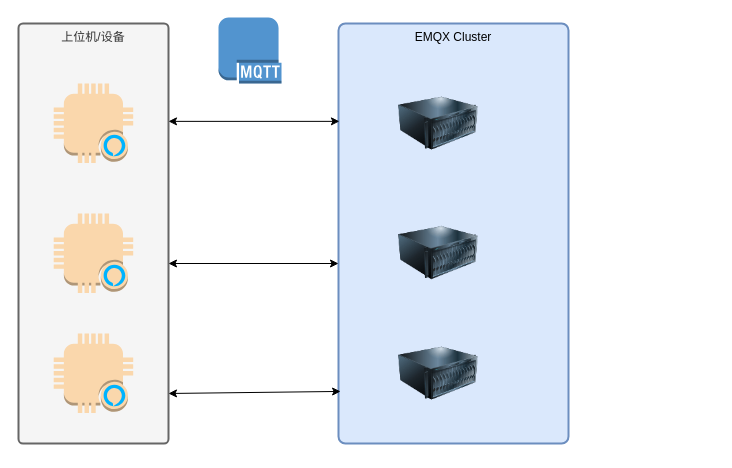
Above: 热工系统架构图.drawio in wandun/drawIo (draw.io), before the change. Source tidied: cells renumbered, new cells numbered last; positions are measured from the earlier drawing's top-left corner, leaving out a move shared by most shapes. Both pictures are drawn from the tidied source at 100%, with x=0, y=0 at pixel (18, 17). Pictures stored in the file or linked from it are replaced by grey dashed boxes.
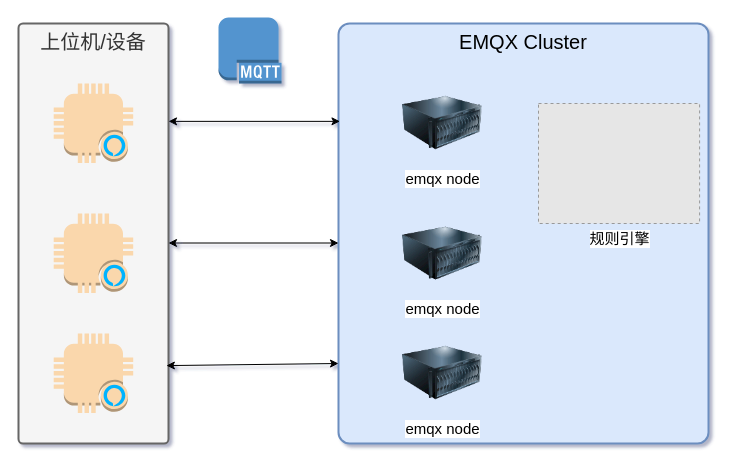
Above is the later version.

Commit message (it also covers changes not shown here):
更新热工系统架构图.drawio

The edit, as a diff of the source:
```diff
@@
-<mxGraphModel>
+<mxGraphModel shadow="1">
   <root>
     <mxCell id="0" />
     <mxCell id="1" parent="0" />
-    <mxCell id="2" value="上位机/设备" style="rounded=1;whiteSpace=wrap;html=1;shadow=0;strokeWidth=2;fontSize=12;align=center;arcSize=3;verticalAlign=top;fillColor=#f5f5f5;fontColor=#333333;strokeColor=#666666;" parent="1" vertex="1">
+    <mxCell id="2" value="&lt;font style=&quot;font-size: 20px;&quot;&gt;上位机/设备&lt;/font&gt;" style="rounded=1;whiteSpace=wrap;html=1;shadow=0;strokeWidth=2;fontSize=12;align=center;arcSize=3;verticalAlign=top;fillColor=#f5f5f5;fontColor=#333333;strokeColor=#666666;" parent="1" vertex="1">
       <mxGeometry y="6" width="150" height="420" as="geometry" />
     </mxCell>
     <mxCell id="3" style="dashed=0;verticalLabelPosition=bottom;verticalAlign=top;align=center;html=1;shape=mxgraph.aws3.alexa_enabled_device;fillColor=#fad7ac;strokeColor=#b46504;" parent="1" vertex="1">
       <mxGeometry x="35.2" y="66" width="79.5" height="79.5" as="geometry" />
     </mxCell>
     <mxCell id="4" style="dashed=0;verticalLabelPosition=bottom;verticalAlign=top;align=center;html=1;shape=mxgraph.aws3.alexa_enabled_device;fillColor=#fad7ac;strokeColor=#b46504;" parent="1" vertex="1">
       <mxGeometry x="35.2" y="196" width="79.5" height="79.5" as="geometry" />
     </mxCell>
     <mxCell id="5" style="dashed=0;verticalLabelPosition=bottom;verticalAlign=top;align=center;html=1;shape=mxgraph.aws3.alexa_enabled_device;fillColor=#fad7ac;strokeColor=#b46504;" parent="1" vertex="1">
       <mxGeometry x="35.2" y="316" width="79.5" height="79.5" as="geometry" />
     </mxCell>
-    <mxCell id="6" value="EMQX Cluster" style="rounded=1;whiteSpace=wrap;html=1;shadow=0;strokeWidth=2;fontSize=12;align=center;arcSize=3;verticalAlign=top;fillColor=#dae8fc;strokeColor=#6c8ebf;" parent="1" vertex="1">
-      <mxGeometry x="320" y="6" width="230" height="420" as="geometry" />
+    <mxCell id="6" value="&lt;font style=&quot;font-size: 20px;&quot;&gt;EMQX Cluster&lt;/font&gt;" style="rounded=1;whiteSpace=wrap;html=1;shadow=0;strokeWidth=2;fontSize=12;align=center;arcSize=3;verticalAlign=top;fillColor=#dae8fc;strokeColor=#6c8ebf;" parent="1" vertex="1">
+      <mxGeometry x="320" y="6" width="370" height="420" as="geometry" />
     </mxCell>
     <mxCell id="7" style="dashed=0;verticalLabelPosition=bottom;verticalAlign=top;align=center;html=1;shape=mxgraph.aws3.mqtt_protocol;fillColor=#5294CF;gradientColor=none;" parent="1" vertex="1">
       <mxGeometry x="200" width="63" height="66" as="geometry" />
     </mxCell>
     <mxCell id="8" style="endArrow=classic;startArrow=classic;html=1;rounded=0;entryX=0.004;entryY=0.233;entryDx=0;entryDy=0;entryPerimeter=0;exitX=1;exitY=0.233;exitDx=0;exitDy=0;exitPerimeter=0;" parent="1" edge="1" source="2" target="6">
       <mxGeometry relative="1" as="geometry" />
     </mxCell>
     <mxCell id="9" style="endArrow=classic;startArrow=classic;html=1;rounded=0;exitX=1;exitY=0.233;exitDx=0;exitDy=0;exitPerimeter=0;" parent="1" edge="1">
       <mxGeometry relative="1" as="geometry">
-        <mxPoint x="150" y="246" as="sourcePoint" />
-        <mxPoint x="320" y="246" as="targetPoint" />
+        <mxPoint x="150" y="225.5" as="sourcePoint" />
+        <mxPoint x="320" y="225.5" as="targetPoint" />
       </mxGeometry>
     </mxCell>
-    <mxCell id="10" style="endArrow=classic;startArrow=classic;html=1;rounded=0;exitX=1;exitY=0.233;exitDx=0;exitDy=0;exitPerimeter=0;entryX=0.009;entryY=0.876;entryDx=0;entryDy=0;entryPerimeter=0;" parent="1" edge="1" target="6">
+    <mxCell id="10" style="endArrow=classic;startArrow=classic;html=1;rounded=0;exitX=1;exitY=0.233;exitDx=0;exitDy=0;exitPerimeter=0;entryX=0.009;entryY=0.876;entryDx=0;entryDy=0;entryPerimeter=0;" parent="1" edge="1">
       <mxGeometry relative="1" as="geometry">
-        <mxPoint x="150" y="376" as="sourcePoint" />
+        <mxPoint x="147.9" y="348.1" as="sourcePoint" />
+        <mxPoint x="320" y="346" as="targetPoint" />
       </mxGeometry>
     </mxCell>
-    <mxCell id="11" style="image;html=1;image=img/lib/clip_art/computers/Server_128x128.png;" parent="1" vertex="1">
-      <mxGeometry x="380" y="66" width="80" height="80" as="geometry" />
-    </mxCell>
-    <mxCell id="12" style="image;html=1;image=img/lib/clip_art/computers/Server_128x128.png;" parent="1" vertex="1">
-      <mxGeometry x="380" y="316" width="80" height="80" as="geometry" />
-    </mxCell>
-    <mxCell id="13" style="image;html=1;image=img/lib/clip_art/computers/Server_128x128.png;" parent="1" vertex="1">
-      <mxGeometry x="380" y="195.5" width="80" height="80" as="geometry" />
-    </mxCell>
+    <mxCell id="14" value="&lt;font color=&quot;#000000&quot; style=&quot;font-size: 15px;&quot;&gt;emqx node&lt;/font&gt;" style="image;html=1;image=img/lib/clip_art/computers/Server_128x128.png;labelBackgroundColor=default;strokeColor=default;align=center;verticalAlign=top;fontFamily=Helvetica;fontSize=12;fontColor=#75FF30;fillColor=default;" parent="1" vertex="1">
+      <mxGeometry x="384" y="65.5" width="80" height="80" as="geometry" />
+    </mxCell>
+    <mxCell id="15" value="&lt;font color=&quot;#000000&quot; style=&quot;font-size: 15px;&quot;&gt;emqx node&lt;/font&gt;" style="image;html=1;image=img/lib/clip_art/computers/Server_128x128.png;labelBackgroundColor=default;strokeColor=default;align=center;verticalAlign=top;fontFamily=Helvetica;fontSize=12;fontColor=#75FF30;fillColor=default;" parent="1" vertex="1">
+      <mxGeometry x="384" y="196" width="80" height="80" as="geometry" />
+    </mxCell>
+    <mxCell id="16" value="&lt;font color=&quot;#000000&quot; style=&quot;font-size: 15px;&quot;&gt;emqx node&lt;/font&gt;" style="image;html=1;image=img/lib/clip_art/computers/Server_128x128.png;labelBackgroundColor=default;strokeColor=default;align=center;verticalAlign=top;fontFamily=Helvetica;fontSize=12;fontColor=#75FF30;fillColor=default;" parent="1" vertex="1">
+      <mxGeometry x="384" y="315.5" width="80" height="80" as="geometry" />
+    </mxCell>
+    <mxCell id="17" value="&lt;font face=&quot;Lucida Console&quot; style=&quot;font-size: 15px;&quot;&gt;规则引擎&lt;/font&gt;" style="fillColor=#E6E6E6;strokeColor=#999999;dashed=1;verticalLabelPosition=bottom;labelBackgroundColor=#ffffff;verticalAlign=top;align=center;fontFamily=Helvetica;fontSize=12;fontColor=default;html=1;" parent="1" vertex="1">
+      <mxGeometry x="520" y="86" width="161.1" height="120" as="geometry" />
+    </mxCell>
   </root>
 </mxGraphModel>
```
